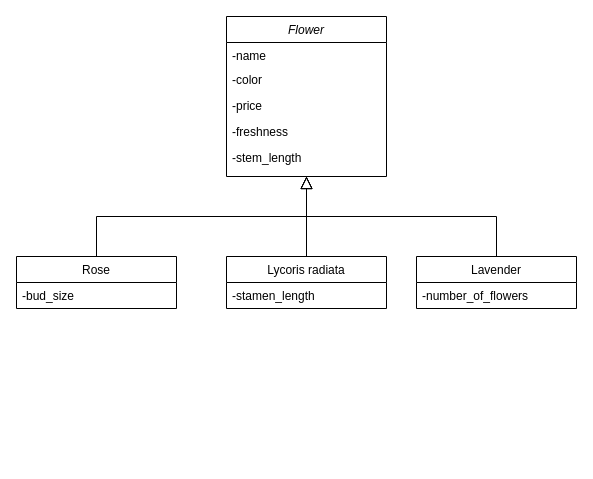
The draw.io diagram Lab3.drawio in BakhirevKirill/draw-io, before the edit. Source tidied: cells renumbered, new cells numbered last; positions are measured from the earlier drawing's top-left corner, leaving out a move shared by most shapes. Both pictures are drawn from the tidied source at 100%, with x=0, y=0 at pixel (16, 16).
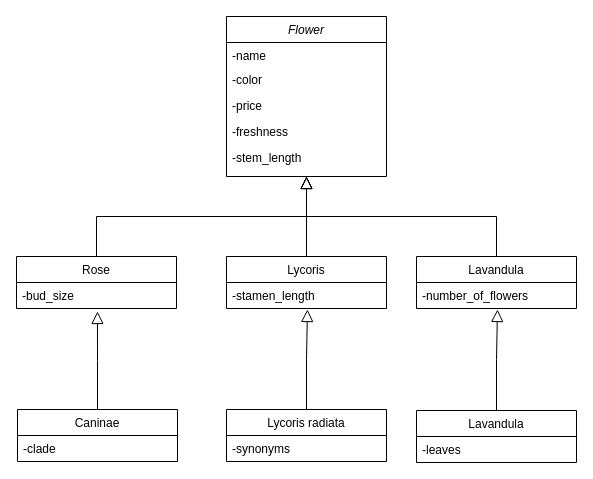
The same diagram, later.

Unchanged cells that the change refers to:
```xml
<mxCell id="9" value="-bud_size" style="text;align=left;verticalAlign=top;spacingLeft=4;spacingRight=4;overflow=hidden;points=[[0,0.5],[1,0.5]];portConstraint=eastwest;" parent="8" vertex="1">
  <mxGeometry y="26" width="160" height="26" as="geometry" />
</mxCell>
<mxCell id="12" value="-stamen_length" style="text;align=left;verticalAlign=top;spacingLeft=4;spacingRight=4;overflow=hidden;points=[[0,0.5],[1,0.5]];portConstraint=eastwest;" parent="11" vertex="1">
  <mxGeometry y="26" width="160" height="26" as="geometry" />
</mxCell>
<mxCell id="15" value="-number_of_flowers" style="text;align=left;verticalAlign=top;spacingLeft=4;spacingRight=4;overflow=hidden;points=[[0,0.5],[1,0.5]];portConstraint=eastwest;" parent="14" vertex="1">
  <mxGeometry y="26" width="160" height="26" as="geometry" />
</mxCell>
```

The edit, as a diff of the source:
```diff
@@
-    <mxCell id="11" value="Lycoris radiata" style="swimlane;fontStyle=0;align=center;verticalAlign=top;horizontal=1;startSize=26;rounded=0;shadow=0;strokeWidth=1;" parent="1" vertex="1">
+    <mxCell id="11" value="Lycoris" style="swimlane;fontStyle=0;align=center;verticalAlign=top;horizontal=1;startSize=26;rounded=0;shadow=0;strokeWidth=1;" parent="1" vertex="1">
       <mxGeometry x="210" y="240" width="160" height="52" as="geometry" />
     </mxCell>
@@
-    <mxCell id="14" value="Lavender" style="swimlane;fontStyle=0;align=center;verticalAlign=top;horizontal=1;startSize=26;rounded=0;shadow=0;strokeWidth=1;" parent="1" vertex="1">
+    <mxCell id="14" value="Lavandula" style="swimlane;fontStyle=0;align=center;verticalAlign=top;horizontal=1;startSize=26;rounded=0;shadow=0;strokeWidth=1;" parent="1" vertex="1">
       <mxGeometry x="400" y="240" width="160" height="52" as="geometry" />
     </mxCell>
@@
+    <mxCell id="17" value="Caninae" style="swimlane;fontStyle=0;align=center;verticalAlign=top;horizontal=1;startSize=26;rounded=0;shadow=0;strokeWidth=1;" parent="1" vertex="1">
+      <mxGeometry x="1" y="393" width="160" height="52" as="geometry" />
+    </mxCell>
+    <mxCell id="18" value="-clade" style="text;align=left;verticalAlign=top;spacingLeft=4;spacingRight=4;overflow=hidden;" parent="17" vertex="1">
+      <mxGeometry y="26" width="160" height="26" as="geometry" />
+    </mxCell>
+    <mxCell id="19" style="endArrow=block;endSize=10;endFill=0;shadow=0;strokeWidth=1;rounded=0;edgeStyle=elbowEdgeStyle;elbow=vertical;exitX=0.5;exitY=0;exitDx=0;exitDy=0;entryX=0.506;entryY=1.115;entryDx=0;entryDy=0;entryPerimeter=0;" parent="1" edge="1" source="17" target="9">
+      <mxGeometry relative="1" as="geometry" />
+    </mxCell>
+    <mxCell id="20" value="Lycoris radiata" style="swimlane;fontStyle=0;align=center;verticalAlign=top;horizontal=1;startSize=26;rounded=0;shadow=0;strokeWidth=1;" parent="1" vertex="1">
+      <mxGeometry x="210" y="393" width="160" height="52" as="geometry" />
+    </mxCell>
+    <mxCell id="21" value="-synonyms" style="text;align=left;verticalAlign=top;spacingLeft=4;spacingRight=4;overflow=hidden;" parent="20" vertex="1">
+      <mxGeometry y="26" width="160" height="26" as="geometry" />
+    </mxCell>
+    <mxCell id="22" style="endArrow=block;endSize=10;endFill=0;shadow=0;strokeWidth=1;rounded=0;edgeStyle=elbowEdgeStyle;elbow=vertical;exitX=0.5;exitY=0;exitDx=0;exitDy=0;entryX=0.506;entryY=1.038;entryDx=0;entryDy=0;entryPerimeter=0;" parent="1" edge="1" source="20" target="12">
+      <mxGeometry relative="1" as="geometry" />
+    </mxCell>
+    <mxCell id="23" value="Lavandula" style="swimlane;fontStyle=0;align=center;verticalAlign=top;horizontal=1;startSize=26;rounded=0;shadow=0;strokeWidth=1;" parent="1" vertex="1">
+      <mxGeometry x="400" y="394" width="160" height="52" as="geometry" />
+    </mxCell>
+    <mxCell id="24" value="-leaves" style="text;align=left;verticalAlign=top;spacingLeft=4;spacingRight=4;overflow=hidden;" parent="23" vertex="1">
+      <mxGeometry y="26" width="160" height="26" as="geometry" />
+    </mxCell>
+    <mxCell id="25" style="endArrow=block;endSize=10;endFill=0;shadow=0;strokeWidth=1;rounded=0;edgeStyle=elbowEdgeStyle;elbow=vertical;exitX=0.5;exitY=0;exitDx=0;exitDy=0;entryX=0.506;entryY=1.038;entryDx=0;entryDy=0;entryPerimeter=0;" parent="1" edge="1" source="23" target="15">
+      <mxGeometry relative="1" as="geometry" />
+    </mxCell>
```
